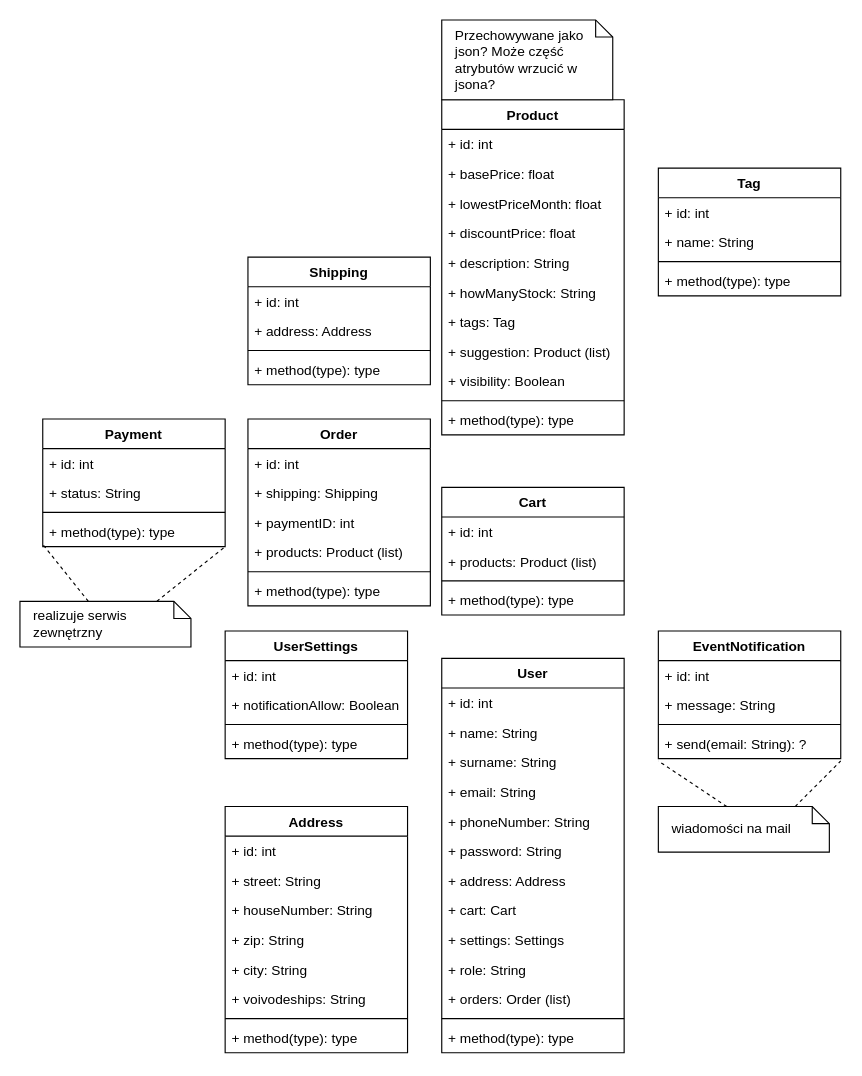
Earlier version of the draw.io diagram Diagram bez tytułu.drawio (Wadowski-Mateusz/TO_project). Source tidied: cells renumbered, new cells numbered last; positions are measured from the earlier drawing's top-left corner, leaving out a move shared by most shapes. Both pictures are drawn from the tidied source at 114%, with x=0, y=0 at pixel (19, 19).
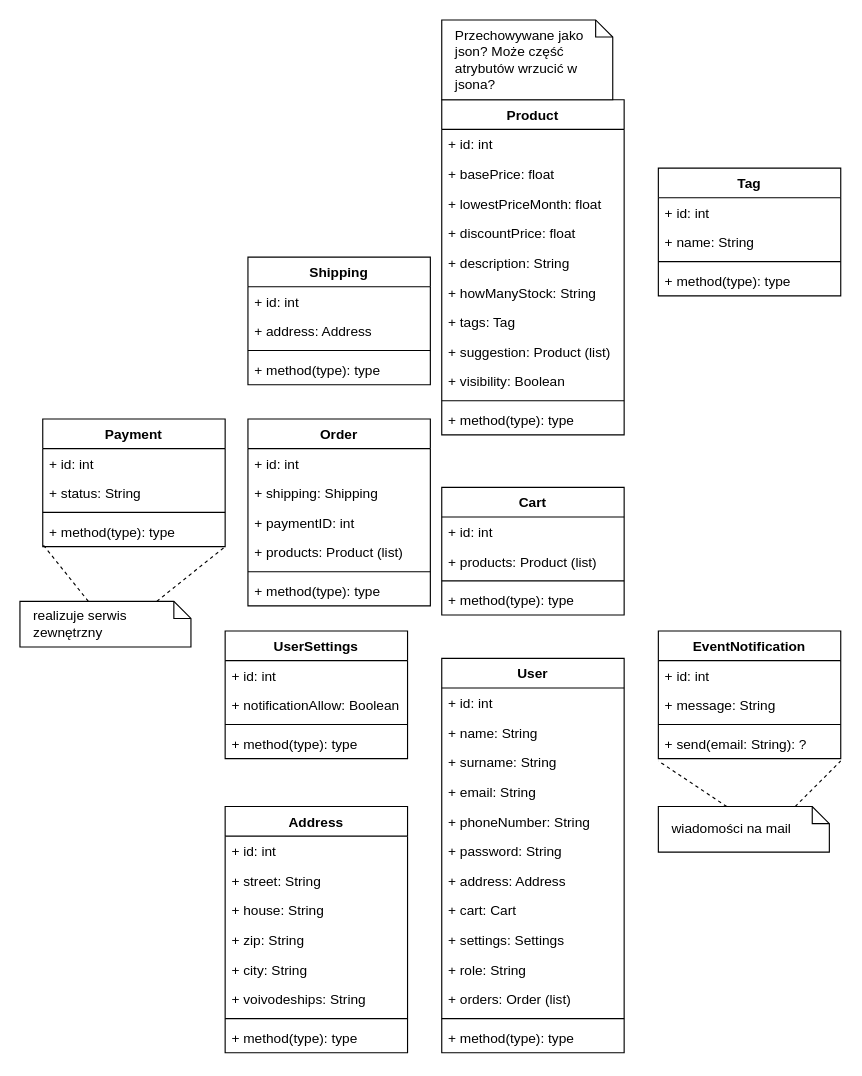
The same page after the edit.

The change refers to these unchanged cells:
```xml
<mxCell id="38" value="Address" style="swimlane;fontStyle=1;align=center;verticalAlign=top;horizontal=1;startSize=26;" parent="1" vertex="1">
  <mxGeometry x="180" y="690" width="160" height="216" as="geometry" />
</mxCell>
```

The edit, as a diff of the source:
```diff
@@
-    <mxCell id="41" value="+ houseNumber: String" style="text;strokeColor=none;fillColor=none;align=left;verticalAlign=top;spacingLeft=4;spacingRight=4;overflow=hidden;" parent="38" vertex="1">
+    <mxCell id="41" value="+ house: String" style="text;strokeColor=none;fillColor=none;align=left;verticalAlign=top;spacingLeft=4;spacingRight=4;overflow=hidden;" parent="38" vertex="1">
       <mxGeometry y="78" width="160" height="26" as="geometry" />
     </mxCell>
```
